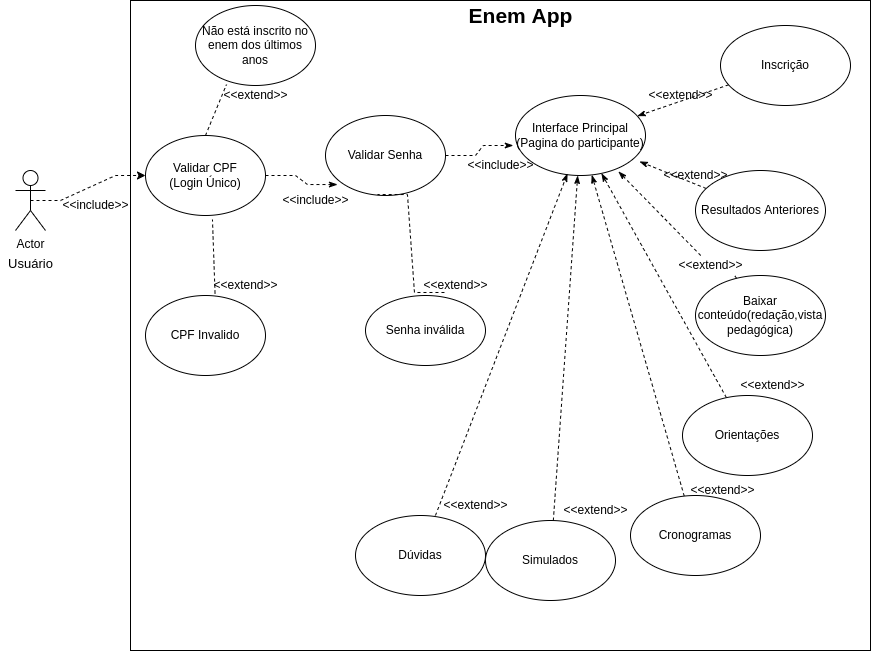
The draw.io diagram docs/modelagem/img/EnemApp.drawio.png in jackesfonseca/2021.2-ENEM, before a commit. Source tidied: cells renumbered, new cells last; positions are measured from the earlier drawing's top-left corner, leaving out a move shared by most shapes.
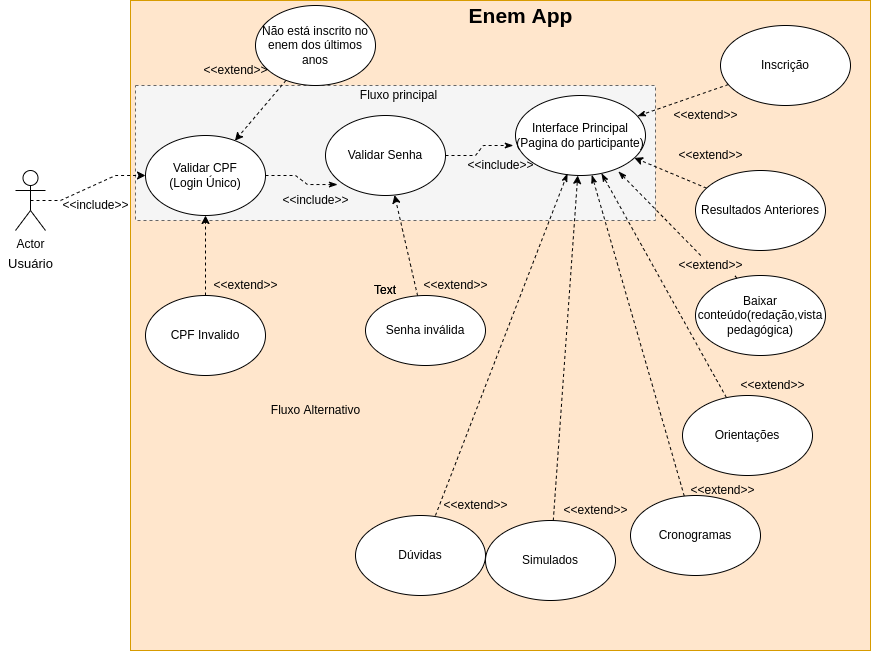
Later version of the same file.

Commit message:
✨ feat: added new diagram(use case) of login

Change to the diagram source:
```diff
@@ -2,9 +2,12 @@
   <root>
     <mxCell id="0" />
     <mxCell id="1" parent="0" />
-    <mxCell id="2" style="rounded=0;whiteSpace=wrap;html=1;" parent="1" vertex="1">
+    <mxCell id="2" style="rounded=0;whiteSpace=wrap;html=1;fillColor=#ffe6cc;strokeColor=#d79b00;" parent="1" vertex="1">
       <mxGeometry x="130" width="740" height="650" as="geometry" />
     </mxCell>
+    <mxCell id="47" style="rounded=0;whiteSpace=wrap;html=1;dashed=1;fillColor=#f5f5f5;fontColor=#333333;strokeColor=#666666;" parent="1" vertex="1">
+      <mxGeometry x="135" y="85" width="520" height="135" as="geometry" />
+    </mxCell>
     <mxCell id="3" value="&lt;meta charset=&quot;utf-8&quot;&gt;&lt;span&gt;&lt;/span&gt;" style="text;whiteSpace=wrap;html=1;" parent="1" vertex="1">
       <mxGeometry x="265" y="205" width="10" height="30" as="geometry" />
     </mxCell>
@@ -14,16 +17,13 @@
     <mxCell id="5" value="Actor" style="shape=umlActor;verticalLabelPosition=bottom;verticalAlign=top;html=1;outlineConnect=0;" parent="1" vertex="1">
       <mxGeometry x="15" y="170" width="30" height="60" as="geometry" />
     </mxCell>
-    <mxCell id="6" style="rounded=0;jettySize=auto;html=1;entryX=0.258;entryY=0.988;entryDx=0;entryDy=0;entryPerimeter=0;dashed=1;endArrow=none;endFill=0;exitX=0.5;exitY=0;exitDx=0;exitDy=0;" parent="1" edge="1" source="8" target="13">
-      <mxGeometry relative="1" as="geometry" />
-    </mxCell>
     <mxCell id="7" style="edgeStyle=entityRelationEdgeStyle;rounded=0;jettySize=auto;html=1;dashed=1;endArrow=classicThin;endFill=1;entryX=0.1;entryY=0.863;entryDx=0;entryDy=0;entryPerimeter=0;" parent="1" edge="1" source="8" target="16">
       <mxGeometry relative="1" as="geometry" />
     </mxCell>
     <mxCell id="8" value="Validar CPF&lt;br&gt;(Login Único)" style="ellipse;whiteSpace=wrap;html=1;" parent="1" vertex="1">
       <mxGeometry x="145" y="135" width="120" height="80" as="geometry" />
     </mxCell>
-    <mxCell id="9" style="rounded=0;jettySize=auto;html=1;dashed=1;exitX=0.583;exitY=0.125;exitDx=0;exitDy=0;exitPerimeter=0;endArrow=none;endFill=0;entryX=0.558;entryY=1.05;entryDx=0;entryDy=0;entryPerimeter=0;" parent="1" edge="1" source="10" target="8">
+    <mxCell id="9" style="edgeStyle=orthogonalEdgeStyle;rounded=0;jettySize=auto;html=1;dashed=1;strokeWidth=1;" parent="1" edge="1" source="10" target="8">
       <mxGeometry relative="1" as="geometry" />
     </mxCell>
     <mxCell id="10" value="CPF Invalido" style="ellipse;whiteSpace=wrap;html=1;" parent="1" vertex="1">
@@ -35,11 +35,14 @@
     <mxCell id="12" value="&amp;lt;&amp;lt;extend&amp;gt;&amp;gt;" style="text;html=1;align=center;verticalAlign=middle;fillColor=none;strokeColor=none;rounded=0;" parent="1" vertex="1">
       <mxGeometry x="205" y="275" width="80" height="20" as="geometry" />
     </mxCell>
+    <mxCell id="48" style="rounded=0;jettySize=auto;html=1;strokeWidth=1;dashed=1;" parent="1" edge="1" source="13" target="8">
+      <mxGeometry relative="1" as="geometry" />
+    </mxCell>
     <mxCell id="13" value="Não está inscrito no enem dos últimos anos" style="ellipse;whiteSpace=wrap;html=1;" parent="1" vertex="1">
-      <mxGeometry x="195" y="5" width="120" height="80" as="geometry" />
+      <mxGeometry x="255" y="5" width="120" height="80" as="geometry" />
     </mxCell>
     <mxCell id="14" value="&amp;lt;&amp;lt;extend&amp;gt;&amp;gt;" style="text;html=1;align=center;verticalAlign=middle;fillColor=none;strokeColor=none;rounded=0;" parent="1" vertex="1">
-      <mxGeometry x="215" y="85" width="80" height="20" as="geometry" />
+      <mxGeometry x="195" y="60" width="80" height="20" as="geometry" />
     </mxCell>
     <mxCell id="15" style="edgeStyle=entityRelationEdgeStyle;rounded=0;jettySize=auto;html=1;entryX=-0.017;entryY=0.625;entryDx=0;entryDy=0;entryPerimeter=0;dashed=1;endArrow=classicThin;endFill=1;" parent="1" edge="1" source="16" target="20">
       <mxGeometry relative="1" as="geometry" />
@@ -47,7 +50,7 @@
     <mxCell id="16" value="Validar Senha" style="ellipse;whiteSpace=wrap;html=1;" parent="1" vertex="1">
       <mxGeometry x="325" y="115" width="120" height="80" as="geometry" />
     </mxCell>
-    <mxCell id="17" style="edgeStyle=entityRelationEdgeStyle;rounded=0;jettySize=auto;html=1;entryX=0.433;entryY=0.988;entryDx=0;entryDy=0;entryPerimeter=0;dashed=1;endArrow=none;endFill=0;exitX=0.658;exitY=-0.043;exitDx=0;exitDy=0;exitPerimeter=0;" parent="1" edge="1" source="18" target="16">
+    <mxCell id="17" style="rounded=0;jettySize=auto;html=1;dashed=1;strokeWidth=1;" parent="1" edge="1" source="18" target="16">
       <mxGeometry relative="1" as="geometry" />
     </mxCell>
     <mxCell id="18" value="Senha inválida" style="ellipse;whiteSpace=wrap;html=1;" parent="1" vertex="1">
@@ -65,7 +68,7 @@
     <mxCell id="22" value="Inscrição" style="ellipse;whiteSpace=wrap;html=1;" parent="1" vertex="1">
       <mxGeometry x="720" y="25" width="130" height="80" as="geometry" />
     </mxCell>
-    <mxCell id="23" style="edgeStyle=none;rounded=0;jettySize=auto;html=1;entryX=0.954;entryY=0.825;entryDx=0;entryDy=0;entryPerimeter=0;dashed=1;endArrow=classicThin;endFill=1;" parent="1" edge="1" source="24" target="20">
+    <mxCell id="23" style="edgeStyle=none;rounded=0;jettySize=auto;html=1;dashed=1;strokeWidth=1;" parent="1" edge="1" source="24" target="20">
       <mxGeometry relative="1" as="geometry" />
     </mxCell>
     <mxCell id="24" value="Resultados Anteriores" style="ellipse;whiteSpace=wrap;html=1;" parent="1" vertex="1">
@@ -83,7 +86,7 @@
     <mxCell id="28" value="Orientações" style="ellipse;whiteSpace=wrap;html=1;" parent="1" vertex="1">
       <mxGeometry x="682" y="395" width="130" height="80" as="geometry" />
     </mxCell>
-    <mxCell id="29" style="edgeStyle=none;rounded=0;jettySize=auto;html=1;dashed=1;endArrow=classicThin;endFill=1;" parent="1" edge="1" source="30" target="20">
+    <mxCell id="29" style="edgeStyle=none;rounded=0;jettySize=auto;html=1;dashed=1;strokeWidth=1;" parent="1" edge="1" source="30" target="20">
       <mxGeometry relative="1" as="geometry" />
     </mxCell>
     <mxCell id="30" value="Simulados" style="ellipse;whiteSpace=wrap;html=1;" parent="1" vertex="1">
@@ -105,10 +108,10 @@
       <mxGeometry x="732" y="375" width="80" height="20" as="geometry" />
     </mxCell>
     <mxCell id="36" value="&amp;lt;&amp;lt;extend&amp;gt;&amp;gt;" style="text;html=1;align=center;verticalAlign=middle;fillColor=none;strokeColor=none;rounded=0;" parent="1" vertex="1">
-      <mxGeometry x="655" y="165" width="80" height="20" as="geometry" />
+      <mxGeometry x="670" y="145" width="80" height="20" as="geometry" />
     </mxCell>
     <mxCell id="37" value="&amp;lt;&amp;lt;extend&amp;gt;&amp;gt;" style="text;html=1;align=center;verticalAlign=middle;fillColor=none;strokeColor=none;rounded=0;" parent="1" vertex="1">
-      <mxGeometry x="640" y="85" width="80" height="20" as="geometry" />
+      <mxGeometry x="665" y="105" width="80" height="20" as="geometry" />
     </mxCell>
     <mxCell id="38" value="&amp;lt;&amp;lt;extend&amp;gt;&amp;gt;" style="text;html=1;align=center;verticalAlign=middle;points=[];fillColor=none;strokeColor=none;rounded=0;" parent="1" vertex="1">
       <mxGeometry x="670" y="255" width="80" height="20" as="geometry" />
@@ -137,5 +140,17 @@
     <mxCell id="46" value="&lt;font style=&quot;font-size: 13px&quot;&gt;Usuário&lt;/font&gt;" style="text;html=1;align=center;verticalAlign=middle;fillColor=none;strokeColor=none;rounded=0;fontSize=21;" parent="1" vertex="1">
       <mxGeometry y="245" width="60" height="30" as="geometry" />
     </mxCell>
+    <mxCell id="49" value="Text" style="text;html=1;strokeColor=none;fillColor=none;align=center;verticalAlign=middle;whiteSpace=wrap;rounded=0;dashed=1;" parent="1" vertex="1">
+      <mxGeometry x="355" y="275" width="60" height="30" as="geometry" />
+    </mxCell>
+    <mxCell id="50" value="Text" style="text;html=1;strokeColor=none;fillColor=none;align=center;verticalAlign=middle;whiteSpace=wrap;rounded=0;dashed=1;" parent="1" vertex="1">
+      <mxGeometry x="355" y="275" width="60" height="30" as="geometry" />
+    </mxCell>
+    <mxCell id="51" value="Fluxo principal" style="text;html=1;strokeColor=none;fillColor=none;align=center;verticalAlign=middle;whiteSpace=wrap;rounded=0;dashed=1;" parent="1" vertex="1">
+      <mxGeometry x="345" y="80" width="107" height="30" as="geometry" />
+    </mxCell>
+    <mxCell id="52" value="Fluxo Alternativo" style="text;html=1;strokeColor=none;fillColor=none;align=center;verticalAlign=middle;whiteSpace=wrap;rounded=0;dashed=1;" parent="1" vertex="1">
+      <mxGeometry x="261.5" y="395" width="107" height="30" as="geometry" />
+    </mxCell>
   </root>
 </mxGraphModel>
```
